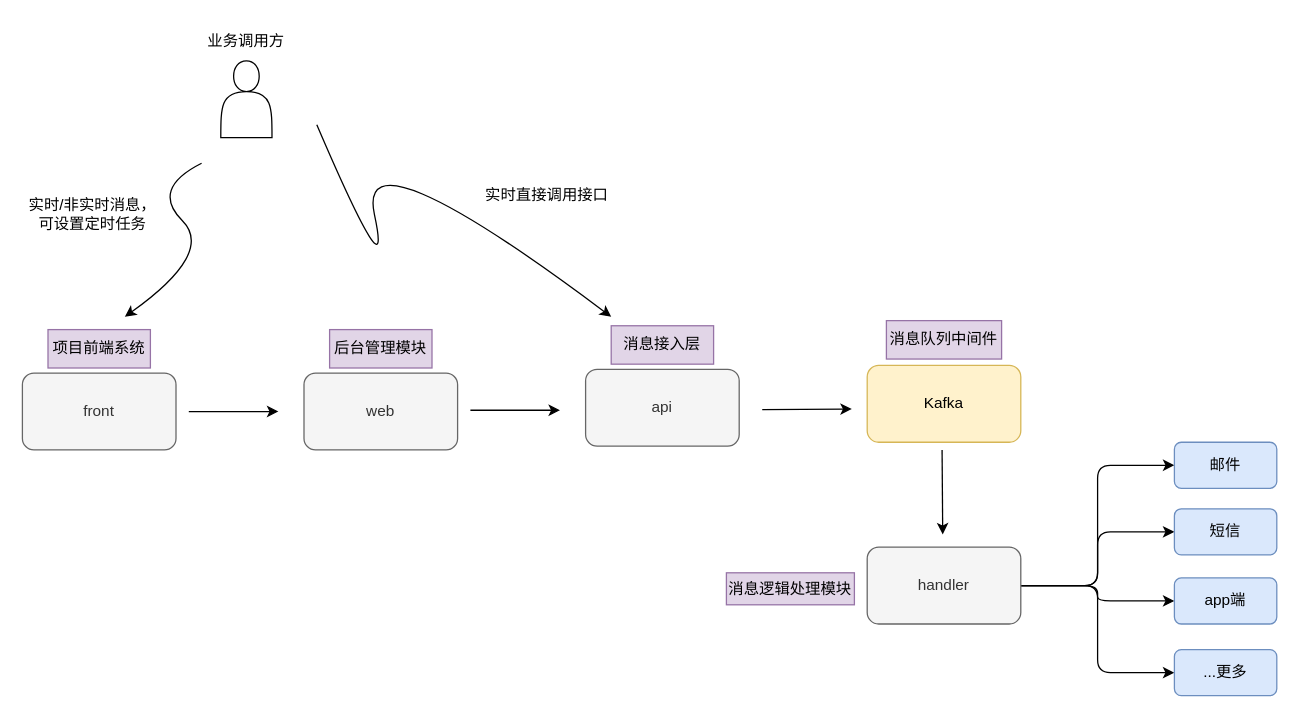
Before: 毕业设计/系统架构图.drawio in KeatonLi/pictures, a draw.io diagram. Source tidied: cells renumbered, new cells numbered last; positions are measured from the earlier drawing's top-left corner, leaving out a move shared by most shapes. Both pictures are drawn from the tidied source at 128%, with x=0, y=0 at pixel (22, 22).
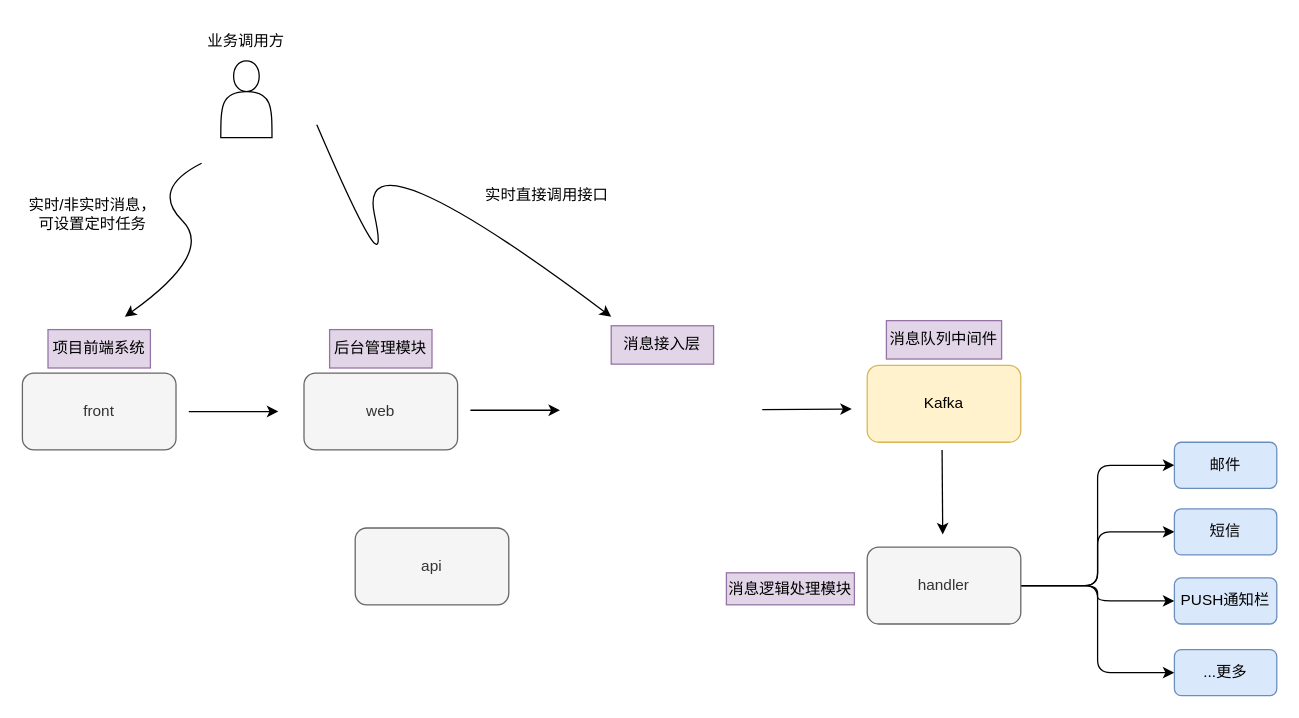
The same page after the edit.

Commit message:
更新系统架构图.drawio

What changed in the source:
```diff
@@
     <mxCell id="12" value="api" style="rounded=1;whiteSpace=wrap;html=1;fillColor=#f5f5f5;fontColor=#333333;strokeColor=#666666;" parent="1" vertex="1">
-      <mxGeometry x="440" y="271" width="120" height="60" as="geometry" />
+      <mxGeometry x="260" y="395" width="120" height="60" as="geometry" />
     </mxCell>
@@
-    <mxCell id="28" value="app端" style="rounded=1;whiteSpace=wrap;html=1;fillColor=#dae8fc;strokeColor=#6c8ebf;" parent="1" vertex="1">
+    <mxCell id="28" value="PUSH通知栏" style="rounded=1;whiteSpace=wrap;html=1;fillColor=#dae8fc;strokeColor=#6c8ebf;" parent="1" vertex="1">
       <mxGeometry x="900" y="434" width="80" height="36" as="geometry" />
     </mxCell>
```
